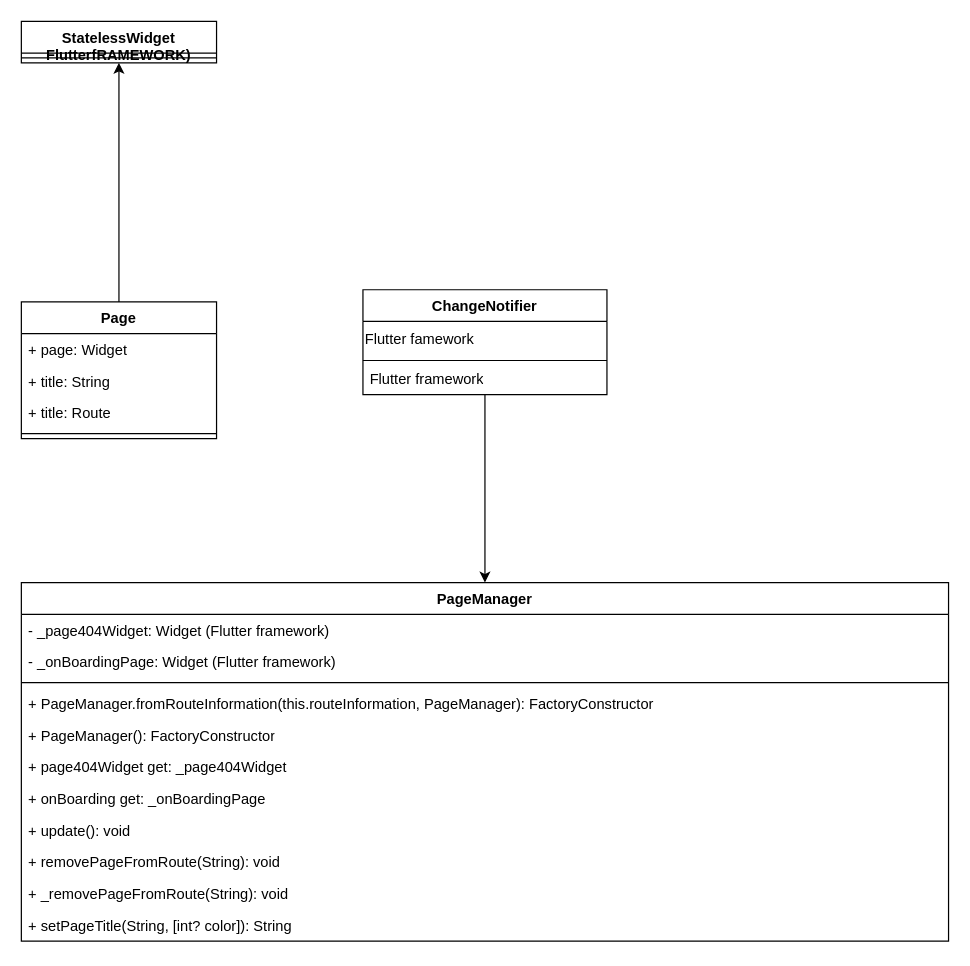
Before: page "Navigator" (2 of 12) of uml/uml_diagrams.drawio in grupo-jocaagura/jocaagura_domain, a draw.io diagram. Source tidied: cells renumbered, new cells numbered last; positions are measured from the earlier drawing's top-left corner, leaving out a move shared by most shapes. Both pictures are drawn from the tidied source at 122%, with x=0, y=0 at pixel (21, 21).
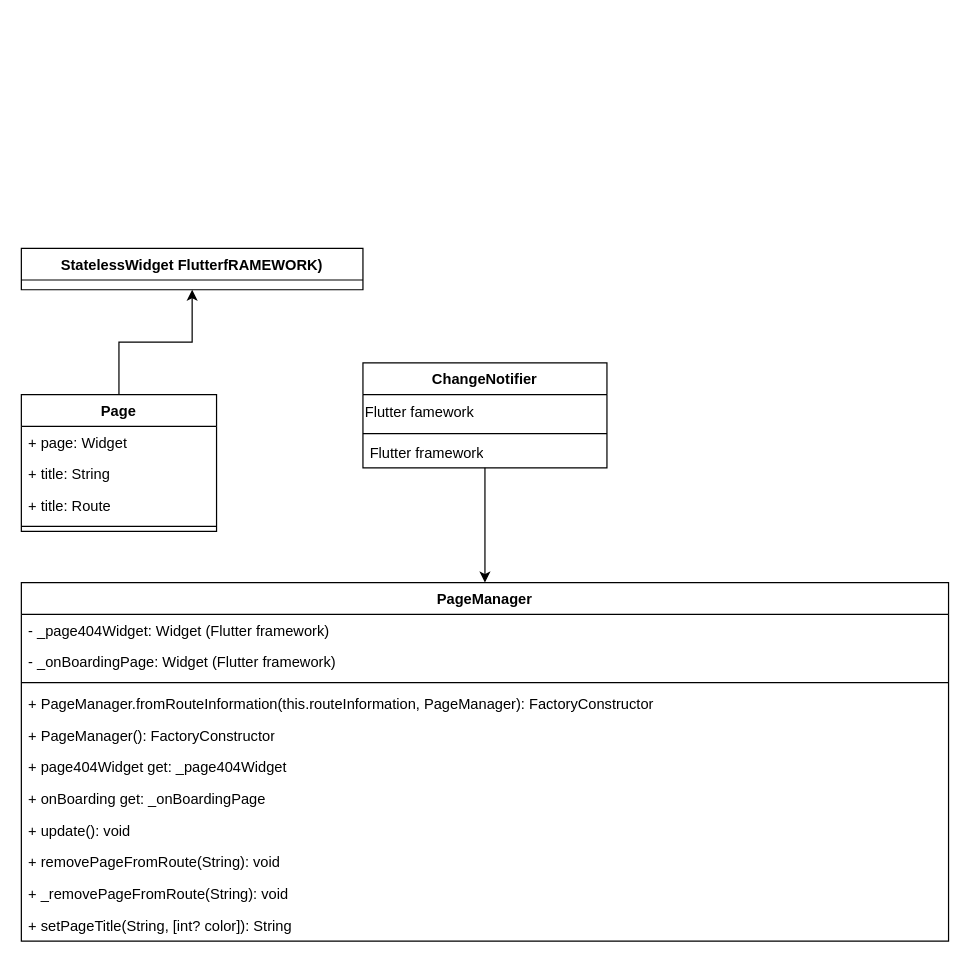
After the change.

What changed in the source:
```diff
@@
     <mxCell id="3" value="ChangeNotifier" style="swimlane;fontStyle=1;align=center;verticalAlign=top;horizontal=1;startSize=26;whiteSpace=wrap;html=1;" parent="1" vertex="1">
-      <mxGeometry x="280" y="220" width="200" height="86" as="geometry" />
+      <mxGeometry x="280" y="280" width="200" height="86" as="geometry" />
     </mxCell>
@@
     <mxCell id="20" value="Page" style="swimlane;fontStyle=1;align=center;verticalAlign=top;horizontal=1;startSize=26;whiteSpace=wrap;html=1;" parent="1" vertex="1">
-      <mxGeometry y="230" width="160" height="112" as="geometry" />
+      <mxGeometry y="306" width="160" height="112" as="geometry" />
     </mxCell>
@@
     <mxCell id="25" value="StatelessWidget FlutterfRAMEWORK)" style="swimlane;fontStyle=1;align=center;verticalAlign=top;horizontal=1;startSize=26;whiteSpace=wrap;html=1;" parent="1" vertex="1">
-      <mxGeometry width="160" height="34" as="geometry" />
+      <mxGeometry y="186" width="280" height="34" as="geometry" />
     </mxCell>
-    <mxCell id="26" style="line;strokeWidth=1;fillColor=none;align=left;verticalAlign=middle;spacingTop=-1;spacingLeft=3;spacingRight=3;labelPosition=right;strokeColor=inherit;" parent="25" vertex="1">
-      <mxGeometry y="26" width="160" height="8" as="geometry" />
-    </mxCell>
```
